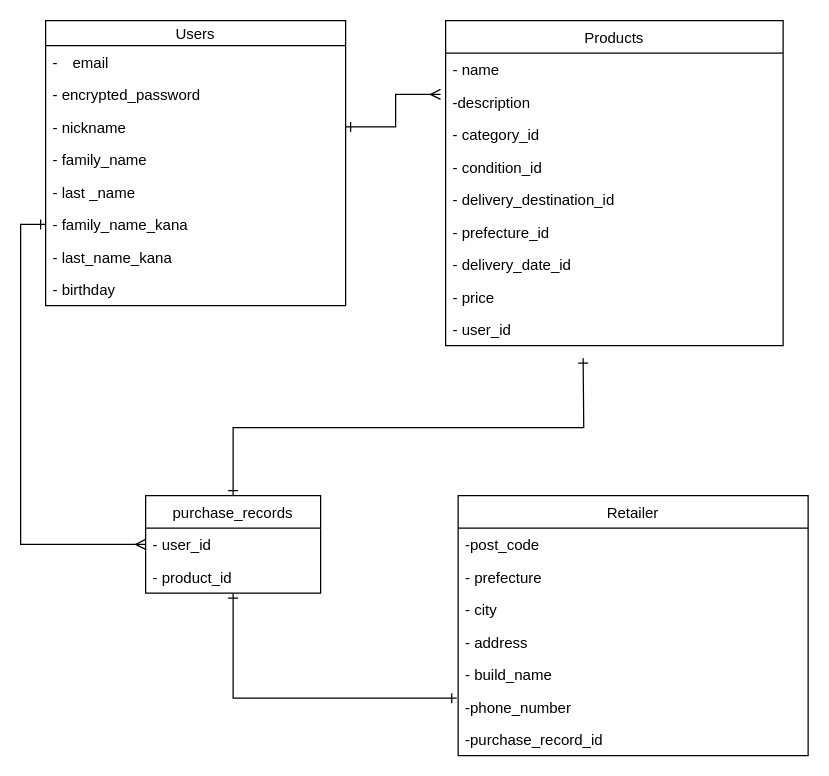
Above: furima_36079.dio in ayachuu/furima-36079 (draw.io), before the change. Source tidied: cells renumbered, new cells numbered last; positions are measured from the earlier drawing's top-left corner, leaving out a move shared by most shapes. Both pictures are drawn from the tidied source at 125%, with x=0, y=0 at pixel (45, 20).
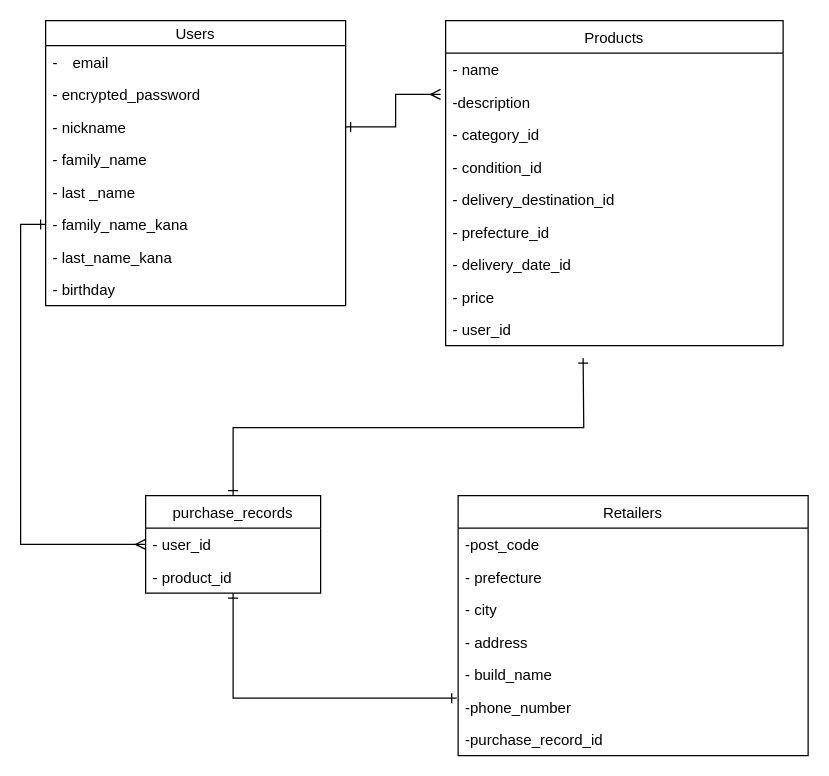
The same diagram, later.

What changed in the source:
```diff
@@
-    <mxCell id="21" value="Retailer" style="swimlane;fontStyle=0;horizontal=1;startSize=26;rounded=0;sketch=0;" parent="1" vertex="1">
+    <mxCell id="21" value="Retailers" style="swimlane;fontStyle=0;horizontal=1;startSize=26;rounded=0;sketch=0;" parent="1" vertex="1">
       <mxGeometry x="330" y="380" width="280" height="208" as="geometry" />
     </mxCell>
```
